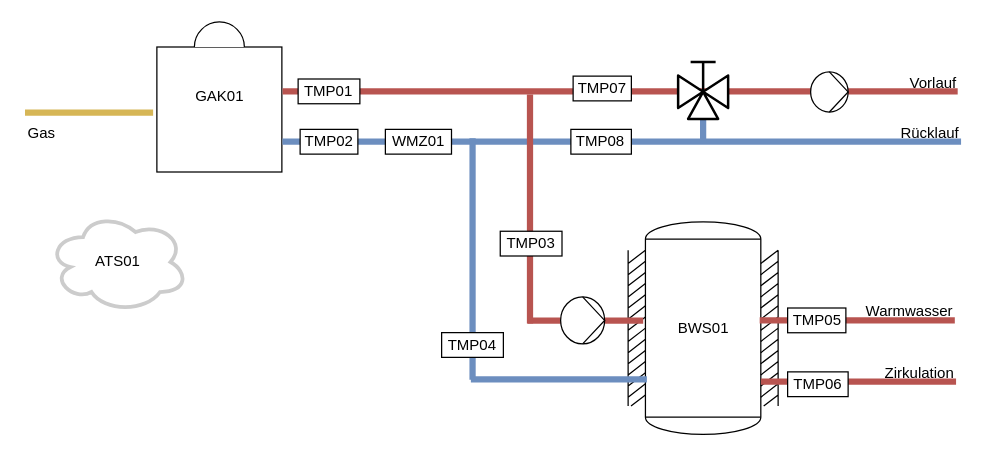
This is TSM-0004-04604.drawio from drrolandwerner/drawio, a draw.io file, before an edit. Source tidied: cells renumbered, new cells numbered last; positions are measured from the earlier drawing's top-left corner, leaving out a move shared by most shapes. Both pictures are drawn from the tidied source at 125%, with x=0, y=0 at pixel (25, -246).
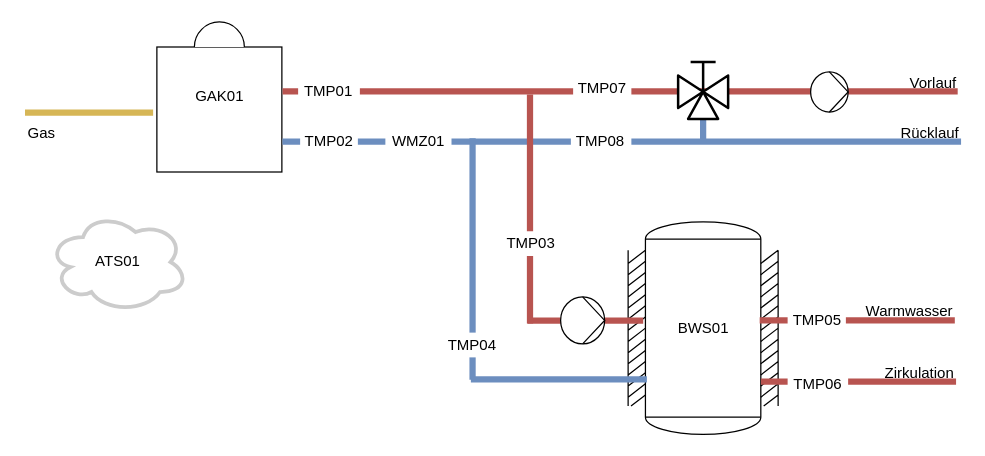
The same page after the edit.

Diff of the diagram source:
```diff
@@
-    <mxCell id="8" value="WMZ01" style="rounded=0;whiteSpace=wrap;html=1;strokeWidth=1;" parent="1" vertex="1">
+    <mxCell id="8" value="WMZ01" style="rounded=0;whiteSpace=wrap;html=1;strokeWidth=1;strokeColor=none;" parent="1" vertex="1">
       <mxGeometry x="287.8" y="300" width="52.9" height="19.8" as="geometry" />
     </mxCell>
-    <mxCell id="9" value="TMP04" style="rounded=0;whiteSpace=wrap;html=1;strokeWidth=1;" parent="1" vertex="1">
+    <mxCell id="9" value="TMP04" style="rounded=0;whiteSpace=wrap;html=1;strokeWidth=1;strokeColor=none;" parent="1" vertex="1">
       <mxGeometry x="332.8" y="462.6" width="49.4" height="19.8" as="geometry" />
     </mxCell>
-    <mxCell id="10" value="TMP01" style="rounded=0;whiteSpace=wrap;html=1;strokeWidth=1;" parent="1" vertex="1">
+    <mxCell id="10" value="TMP01" style="rounded=0;whiteSpace=wrap;html=1;strokeWidth=1;strokeColor=none;" parent="1" vertex="1">
       <mxGeometry x="218" y="259.7" width="49.4" height="19.8" as="geometry" />
     </mxCell>
-    <mxCell id="11" value="TMP02" style="rounded=0;whiteSpace=wrap;html=1;strokeWidth=1;" parent="1" vertex="1">
+    <mxCell id="11" value="TMP02" style="rounded=0;whiteSpace=wrap;html=1;strokeWidth=1;strokeColor=none;" parent="1" vertex="1">
       <mxGeometry x="219.6" y="300" width="46.2" height="19.8" as="geometry" />
     </mxCell>
@@
-    <mxCell id="15" value="TMP05" style="rounded=0;whiteSpace=wrap;html=1;strokeWidth=1;" parent="1" vertex="1">
+    <mxCell id="15" value="TMP05" style="rounded=0;whiteSpace=wrap;html=1;strokeWidth=1;strokeColor=none;" parent="1" vertex="1">
       <mxGeometry x="609.6" y="442.9" width="46.6" height="19.8" as="geometry" />
     </mxCell>
-    <mxCell id="16" value="TMP06" style="rounded=0;whiteSpace=wrap;html=1;strokeWidth=1;" parent="1" vertex="1">
+    <mxCell id="16" value="TMP06" style="rounded=0;whiteSpace=wrap;html=1;strokeWidth=1;strokeColor=none;" parent="1" vertex="1">
       <mxGeometry x="609.6" y="494" width="48.4" height="19.8" as="geometry" />
     </mxCell>
@@
-    <mxCell id="20" value="TMP03" style="rounded=0;whiteSpace=wrap;html=1;strokeWidth=1;" parent="1" vertex="1">
+    <mxCell id="20" value="TMP03" style="rounded=0;whiteSpace=wrap;html=1;strokeWidth=1;strokeColor=none;" parent="1" vertex="1">
       <mxGeometry x="379.7" y="381.5" width="49.4" height="19.8" as="geometry" />
     </mxCell>
@@
-    <mxCell id="23" value="TMP07" style="rounded=0;whiteSpace=wrap;html=1;strokeWidth=1;" parent="1" vertex="1">
+    <mxCell id="23" value="TMP07" style="rounded=0;whiteSpace=wrap;html=1;strokeWidth=1;strokeColor=none;" parent="1" vertex="1">
       <mxGeometry x="438" y="257.4" width="46.6" height="19.8" as="geometry" />
     </mxCell>
-    <mxCell id="24" value="TMP08" style="rounded=0;whiteSpace=wrap;html=1;strokeWidth=1;" parent="1" vertex="1">
+    <mxCell id="24" value="TMP08" style="rounded=0;whiteSpace=wrap;html=1;strokeWidth=1;strokeColor=none;" parent="1" vertex="1">
       <mxGeometry x="436.2" y="300" width="48.4" height="19.8" as="geometry" />
     </mxCell>
```
